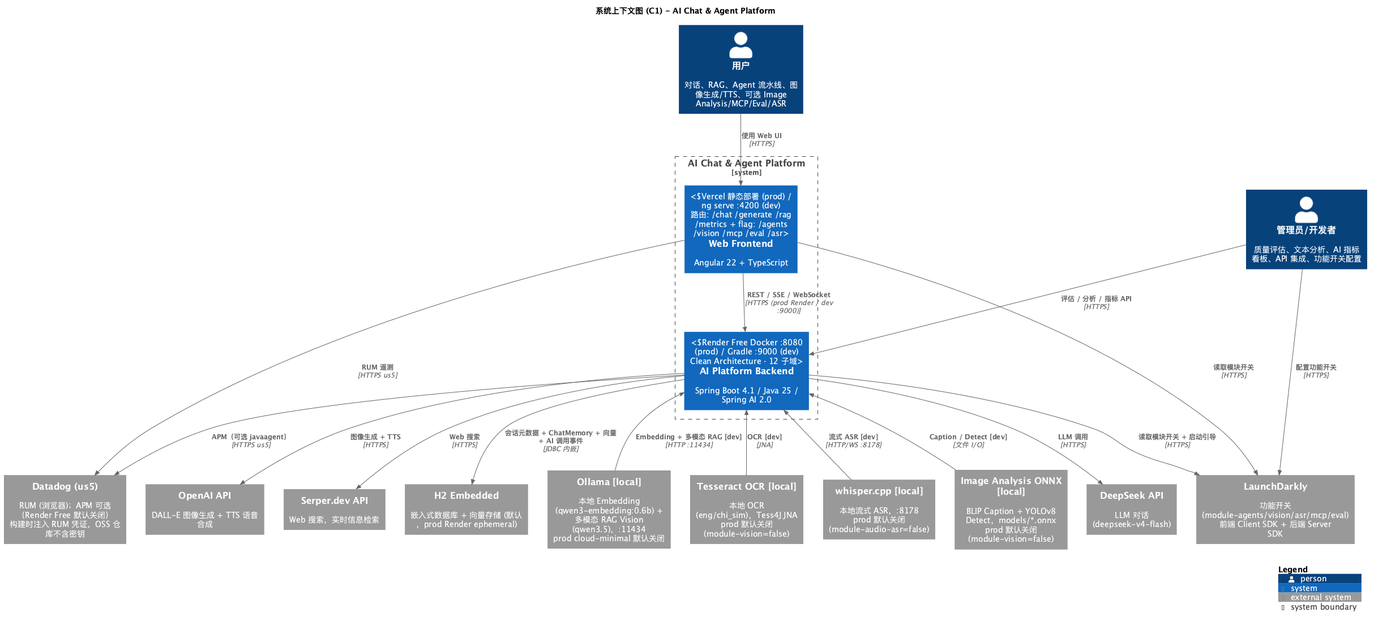
This is explore-ai/docs/developer/c4-model/png/C1-Context.png from felixzhu97/explore, a PlantUML export, as it was before one commit.
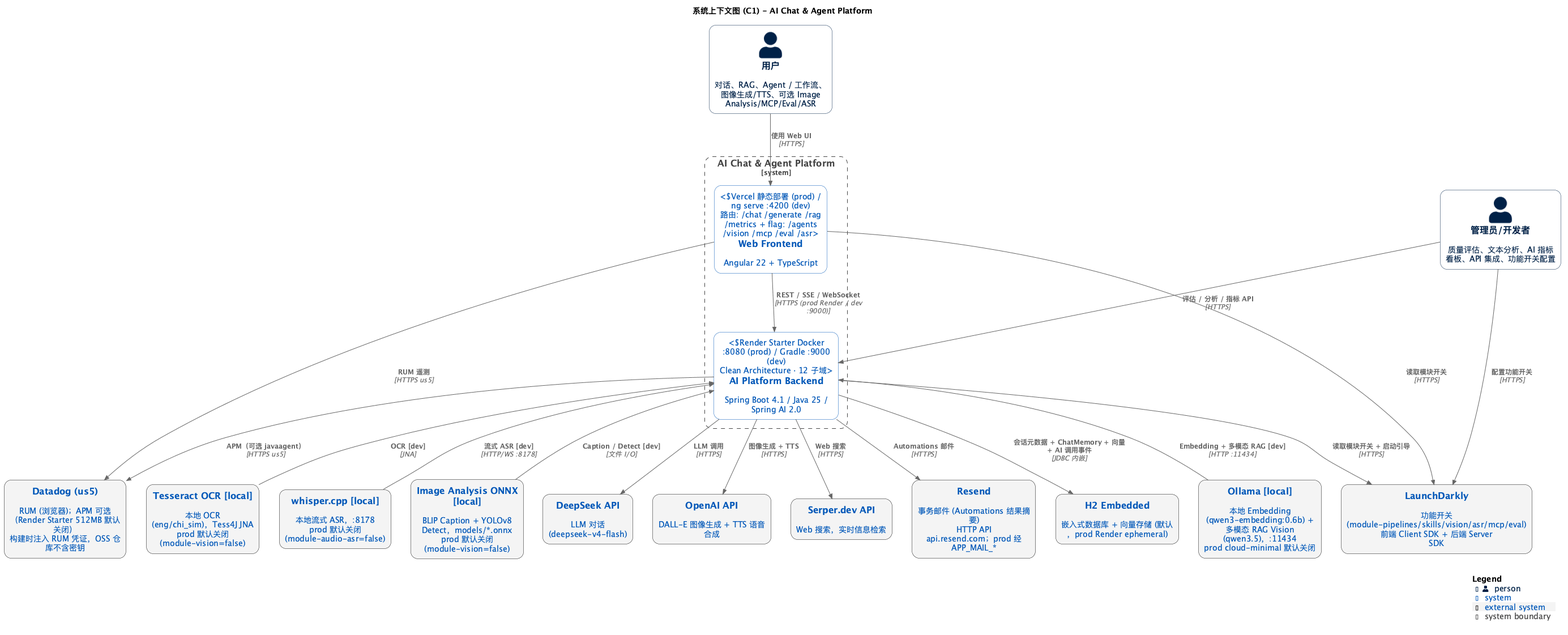
After the commit.

What changed in the source:
```diff
@@ -1,24 +1,24 @@
 @startuml C1-Context
+!theme C4_blue_new from https://raw.githubusercontent.com/plantuml-stdlib/C4-PlantUML/master/themes
 !include https://raw.githubusercontent.com/plantuml-stdlib/C4-PlantUML/master/C4_Context.puml
-
-LAYOUT_WITH_LEGEND()
 
 title 系统上下文图 (C1) - AI Chat & Agent Platform
 
-Person(user, "用户", "对话、RAG、Agent 流水线、图像生成/TTS、可选 Image Analysis/MCP/Eval/ASR")
+Person(user, "用户", "对话、RAG、Agent / 工作流、图像生成/TTS、可选 Image Analysis/MCP/Eval/ASR")
 Person(admin, "管理员/开发者", "质量评估、文本分析、AI 指标看板、API 集成、功能开关配置")
 
 System_Boundary(ai_platform, "AI Chat & Agent Platform") {
     System(frontend, "Web Frontend", "Angular 22 + TypeScript", "Vercel 静态部署 (prod) / ng serve :4200 (dev)\n路由: /chat /generate /rag /metrics + flag: /agents /vision /mcp /eval /asr")
-    System(backend, "AI Platform Backend", "Spring Boot 4.1 / Java 25 / Spring AI 2.0", "Render Free Docker :8080 (prod) / Gradle :9000 (dev)\nClean Architecture · 12 子域")
+    System(backend, "AI Platform Backend", "Spring Boot 4.1 / Java 25 / Spring AI 2.0", "Render Starter Docker :8080 (prod) / Gradle :9000 (dev)\nClean Architecture · 12 子域")
 }
 
-System_Ext(launchdarkly, "LaunchDarkly", "功能开关 (module-agents/vision/asr/mcp/eval)\n前端 Client SDK + 后端 Server SDK")
-System_Ext(datadog, "Datadog (us5)", "RUM (浏览器)；APM 可选（Render Free 默认关闭）\n构建时注入 RUM 凭证，OSS 仓库不含密钥")
+System_Ext(launchdarkly, "LaunchDarkly", "功能开关 (module-pipelines/skills/vision/asr/mcp/eval)\n前端 Client SDK + 后端 Server SDK")
+System_Ext(datadog, "Datadog (us5)", "RUM (浏览器)；APM 可选（Render Starter 512MB 默认关闭）\n构建时注入 RUM 凭证，OSS 仓库不含密钥")
 
 System_Ext(deepseek_api, "DeepSeek API", "LLM 对话 (deepseek-v4-flash)")
 System_Ext(openai_api, "OpenAI API", "DALL-E 图像生成 + TTS 语音合成")
 System_Ext(serper_api, "Serper.dev API", "Web 搜索，实时信息检索")
+System_Ext(resend_api, "Resend", "事务邮件 (Automations 结果摘要)\nHTTP API api.resend.com；prod 经 APP_MAIL_*")
 
 System_Ext(h2_db, "H2 Embedded", "嵌入式数据库 + 向量存储 (默认，prod Render ephemeral)")
 System_Ext(ollama, "Ollama [local]", "本地 Embedding (qwen3-embedding:0.6b) + 多模态 RAG Vision (qwen3.5)，:11434\nprod cloud-minimal 默认关闭")
@@ -39,6 +39,7 @@
 Rel(backend, deepseek_api, "LLM 调用", "HTTPS")
 Rel(backend, openai_api, "图像生成 + TTS", "HTTPS")
 Rel(backend, serper_api, "Web 搜索", "HTTPS")
+Rel(backend, resend_api, "Automations 邮件", "HTTPS")
 Rel(backend, h2_db, "会话元数据 + ChatMemory + 向量 + AI 调用事件", "JDBC 内嵌")
 
 Rel_Back(backend, ollama, "Embedding + 多模态 RAG [dev]", "HTTP :11434")
```
